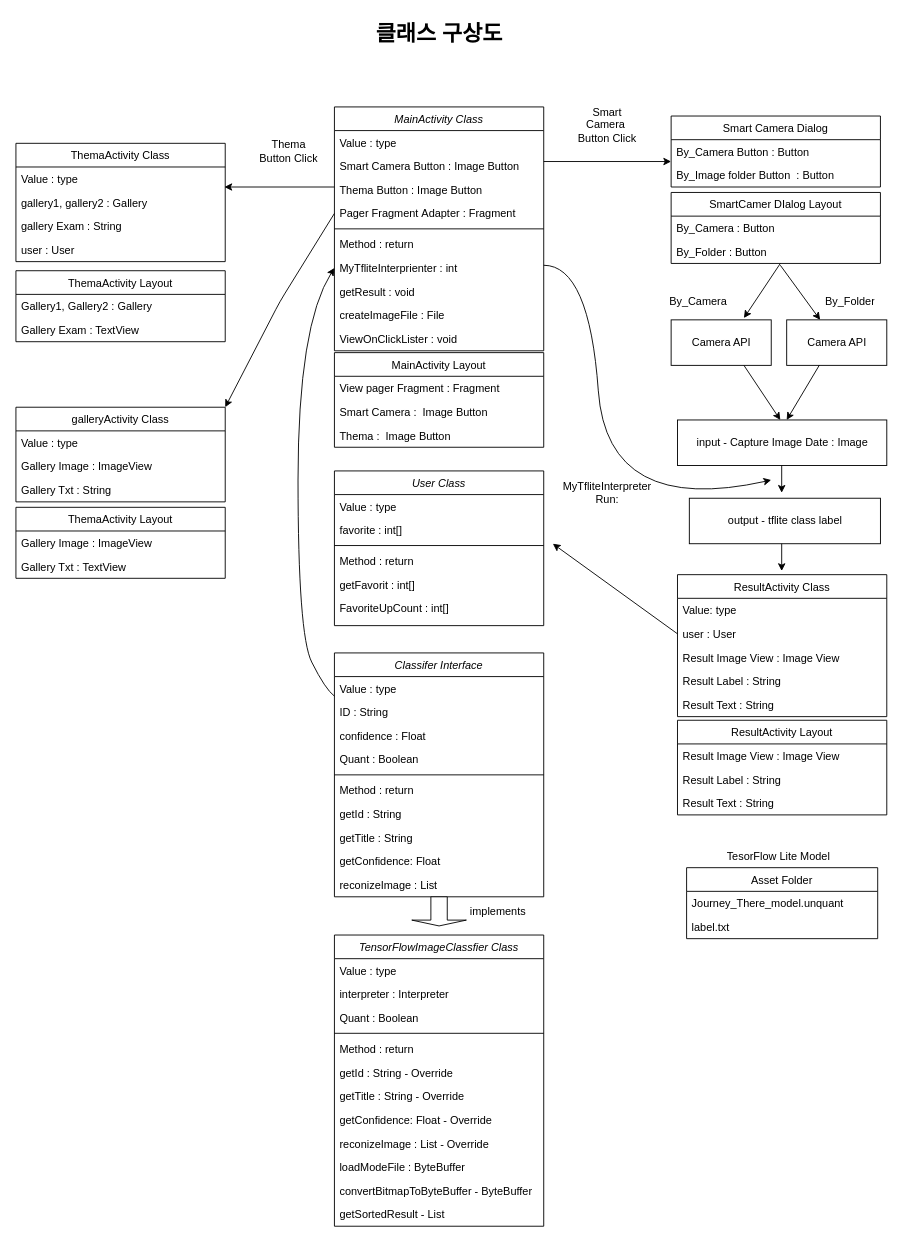
Above: Untitled Diagram.drawio in gangjonggeun/Journey-There (draw.io), before the change. Source tidied: cells renumbered, new cells numbered last; positions are measured from the earlier drawing's top-left corner, leaving out a move shared by most shapes. Both pictures are drawn from the tidied source at 91%, with x=0, y=0 at pixel (15, 15).
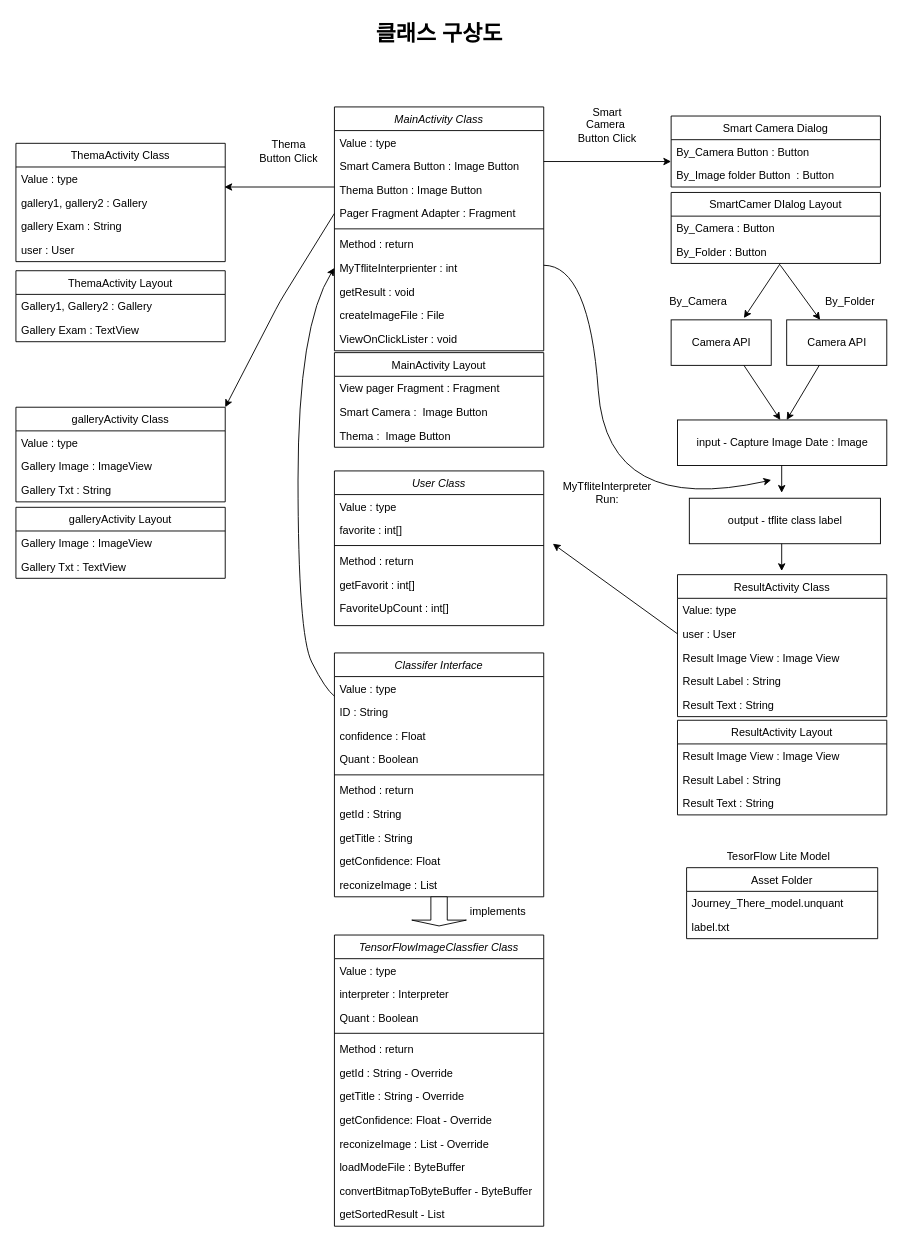
The same page after the edit.

Diff of the diagram source:
```diff
@@
-    <mxCell id="103" value="ThemaActivity Layout" style="swimlane;fontStyle=0;horizontal=1;startSize=26;fillColor=none;" parent="1" vertex="1">
+    <mxCell id="103" value="galleryActivity Layout" style="swimlane;fontStyle=0;horizontal=1;startSize=26;fillColor=none;" parent="1" vertex="1">
       <mxGeometry y="540" width="230" height="78" as="geometry" />
     </mxCell>
```
